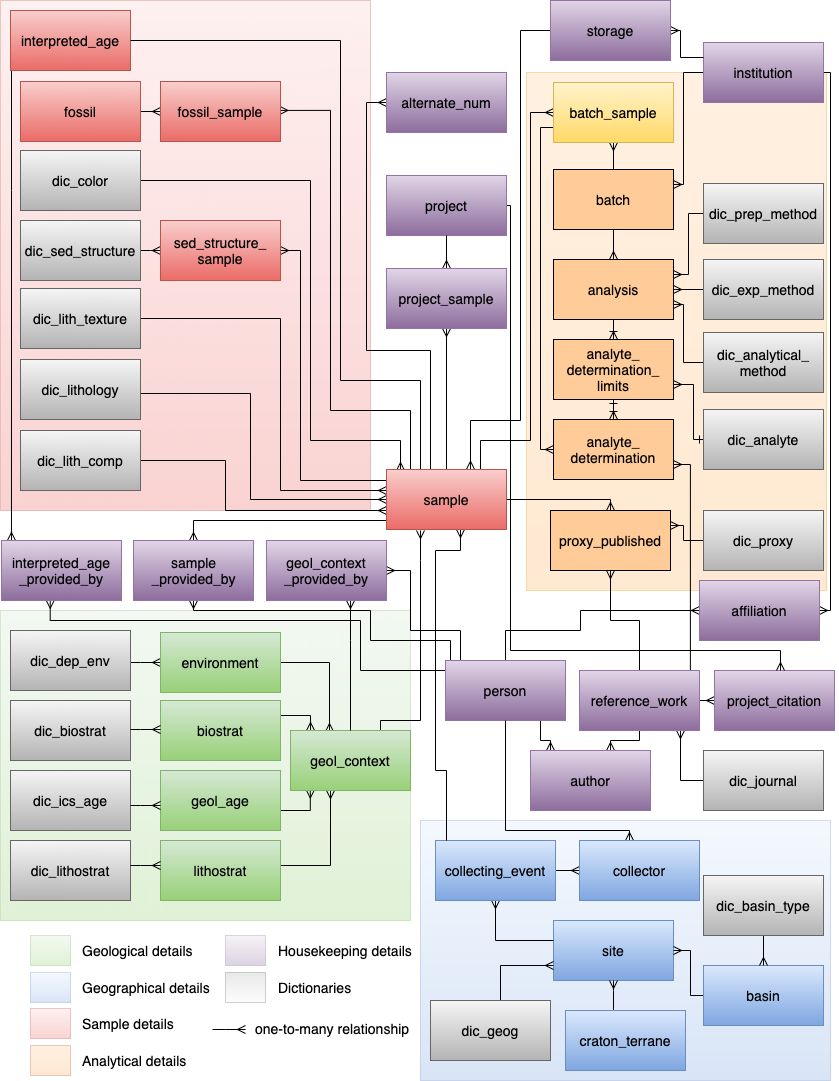
The draw.io diagram images/DB_simple.png in ufarrell/sgp_phase1, before a commit. Source tidied: cells renumbered, new cells last; positions are measured from the earlier drawing's top-left corner, leaving out a move shared by most shapes.
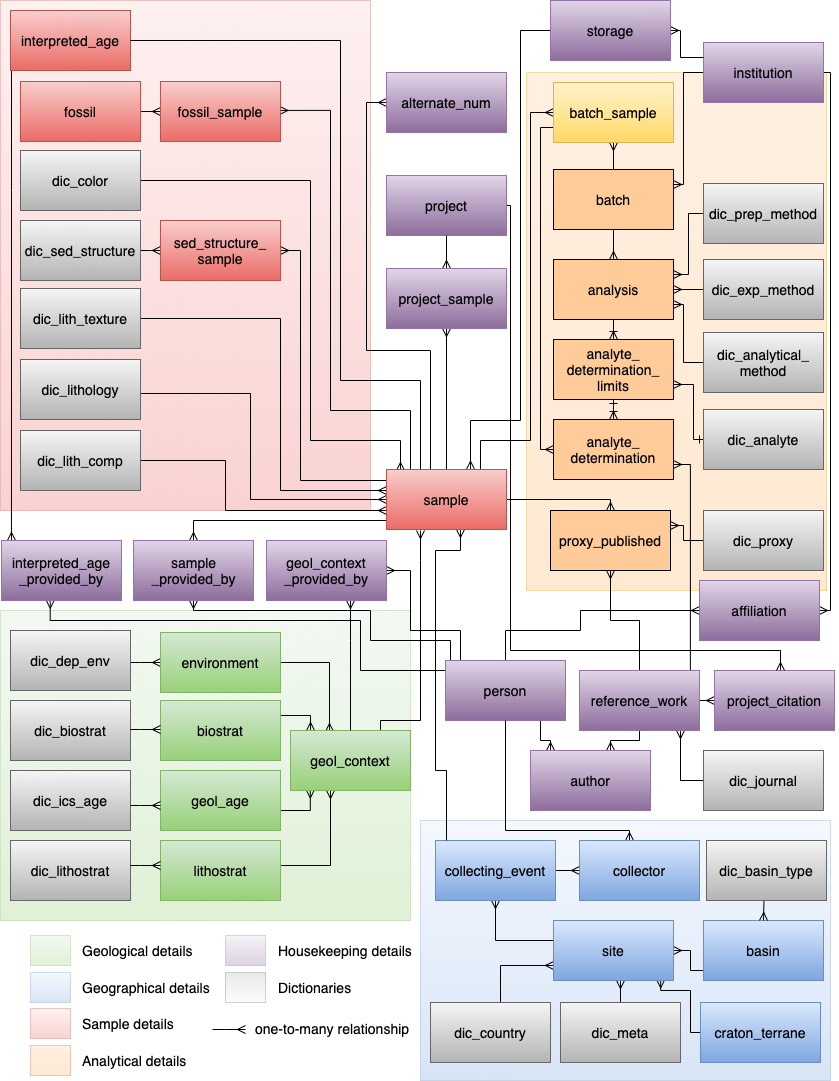
The same diagram one commit later.

Change to the diagram source:
```diff
@@ -39,9 +39,6 @@
         </Array>
       </mxGeometry>
     </mxCell>
-    <mxCell id="10" value="site" style="whiteSpace=wrap;html=1;plain-blue;fontSize=14;" parent="1" vertex="1">
-      <mxGeometry x="553" y="920" width="120" height="60" as="geometry" />
-    </mxCell>
     <mxCell id="11" style="edgeStyle=orthogonalEdgeStyle;rounded=0;html=1;entryX=0;entryY=0.75;startArrow=ERmany;startFill=0;endArrow=none;endFill=0;jettySize=auto;fontSize=14;" parent="1" edge="1" source="12" target="23">
       <mxGeometry relative="1" as="geometry">
         <Array as="points">
@@ -243,19 +240,24 @@
     <mxCell id="47" style="edgeStyle=orthogonalEdgeStyle;rounded=0;html=1;entryX=1;entryY=0.5;startArrow=none;startFill=0;endArrow=ERmany;endFill=0;jettySize=auto;fontSize=14;" parent="1" edge="1" source="48" target="10">
       <mxGeometry relative="1" as="geometry">
         <Array as="points">
-          <mxPoint x="690" y="995" />
+          <mxPoint x="690" y="970" />
           <mxPoint x="690" y="950" />
         </Array>
       </mxGeometry>
     </mxCell>
     <mxCell id="48" value="basin" style="whiteSpace=wrap;html=1;plain-blue;fontSize=14;" parent="1" vertex="1">
-      <mxGeometry x="703" y="965" width="120" height="60" as="geometry" />
+      <mxGeometry x="703" y="920" width="120" height="60" as="geometry" />
     </mxCell>
-    <mxCell id="49" style="edgeStyle=orthogonalEdgeStyle;rounded=0;jettySize=auto;html=1;endArrow=ERmany;endFill=0;startArrow=none;startFill=0;" parent="1" edge="1" source="50" target="48">
-      <mxGeometry relative="1" as="geometry" />
+    <mxCell id="49" style="edgeStyle=orthogonalEdgeStyle;rounded=0;jettySize=auto;html=1;endArrow=ERmany;endFill=0;startArrow=none;startFill=0;exitX=0.479;exitY=0.991;exitDx=0;exitDy=0;exitPerimeter=0;" parent="1" edge="1" source="50">
+      <mxGeometry relative="1" as="geometry">
+        <mxPoint x="763" y="920" as="targetPoint" />
+        <Array as="points">
+          <mxPoint x="763" y="900" />
+        </Array>
+      </mxGeometry>
     </mxCell>
     <mxCell id="50" value="dic_basin_type" style="whiteSpace=wrap;html=1;plain-gray;fontSize=14;" parent="1" vertex="1">
-      <mxGeometry x="703" y="875" width="120" height="60" as="geometry" />
+      <mxGeometry x="706" y="840" width="120" height="60" as="geometry" />
     </mxCell>
     <mxCell id="51" style="edgeStyle=orthogonalEdgeStyle;rounded=0;html=1;entryX=0.167;entryY=0;entryPerimeter=0;startArrow=none;startFill=0;endArrow=ERmany;endFill=0;jettySize=auto;exitX=1;exitY=0.25;fontSize=14;" parent="1" edge="1" source="52" target="119">
       <mxGeometry relative="1" as="geometry">
@@ -293,16 +295,17 @@
     <mxCell id="57" value="fossil" style="whiteSpace=wrap;html=1;plain-red;fontSize=14;" parent="1" vertex="1">
       <mxGeometry x="20" y="81" width="120" height="60" as="geometry" />
     </mxCell>
-    <mxCell id="58" style="edgeStyle=orthogonalEdgeStyle;rounded=0;html=1;startArrow=none;startFill=0;endArrow=ERmany;endFill=0;jettySize=auto;entryX=0.5;entryY=1;fontSize=14;" parent="1" edge="1" source="59" target="10">
+    <mxCell id="58" style="edgeStyle=orthogonalEdgeStyle;rounded=0;html=1;startArrow=none;startFill=0;endArrow=ERmany;endFill=0;jettySize=auto;entryX=0.893;entryY=0.989;fontSize=14;entryDx=0;entryDy=0;entryPerimeter=0;" parent="1" edge="1" source="59" target="10">
       <mxGeometry relative="1" as="geometry">
         <Array as="points">
-          <mxPoint x="613" y="990" />
-          <mxPoint x="613" y="990" />
+          <mxPoint x="690" y="1032" />
+          <mxPoint x="690" y="990" />
+          <mxPoint x="660" y="990" />
         </Array>
       </mxGeometry>
     </mxCell>
     <mxCell id="59" value="craton_terrane" style="whiteSpace=wrap;html=1;plain-blue;fontSize=14;" parent="1" vertex="1">
-      <mxGeometry x="565" y="1010" width="120" height="60" as="geometry" />
+      <mxGeometry x="700" y="1002" width="120" height="60" as="geometry" />
     </mxCell>
     <mxCell id="60" style="edgeStyle=orthogonalEdgeStyle;rounded=0;html=1;startArrow=none;startFill=0;endArrow=ERmany;endFill=0;jettySize=auto;fontSize=14;" parent="1" edge="1" source="61" target="74">
       <mxGeometry relative="1" as="geometry">
@@ -512,8 +515,8 @@
         </Array>
       </mxGeometry>
     </mxCell>
-    <mxCell id="97" value="dic_geog" style="whiteSpace=wrap;html=1;plain-gray;fontSize=14;" parent="1" vertex="1">
-      <mxGeometry x="430" y="1000" width="120" height="60" as="geometry" />
+    <mxCell id="97" value="dic_country" style="whiteSpace=wrap;html=1;plain-gray;fontSize=14;" parent="1" vertex="1">
+      <mxGeometry x="430" y="1002" width="120" height="60" as="geometry" />
     </mxCell>
     <mxCell id="98" style="whiteSpace=wrap;html=1;plain-green;opacity=30;fontSize=14;" parent="1" vertex="1">
       <mxGeometry x="30" y="935" width="40" height="30" as="geometry" />
@@ -650,5 +653,16 @@
     <mxCell id="129" value="sample" style="whiteSpace=wrap;html=1;plain-red;fontSize=14;" parent="1" vertex="1">
       <mxGeometry x="386" y="469" width="120" height="60" as="geometry" />
     </mxCell>
+    <mxCell id="130" style="edgeStyle=orthogonalEdgeStyle;rounded=0;jettySize=auto;html=1;startArrow=none;startFill=0;endArrow=ERmany;endFill=0;" parent="1" edge="1" source="131">
+      <mxGeometry relative="1" as="geometry">
+        <mxPoint x="620" y="980" as="targetPoint" />
+      </mxGeometry>
+    </mxCell>
+    <mxCell id="131" value="dic_meta" style="whiteSpace=wrap;html=1;plain-gray;fontSize=14;" parent="1" vertex="1">
+      <mxGeometry x="560" y="1002" width="120" height="60" as="geometry" />
+    </mxCell>
+    <mxCell id="10" value="site" style="whiteSpace=wrap;html=1;plain-blue;fontSize=14;" parent="1" vertex="1">
+      <mxGeometry x="553" y="920" width="120" height="60" as="geometry" />
+    </mxCell>
   </root>
 </mxGraphModel>
```
